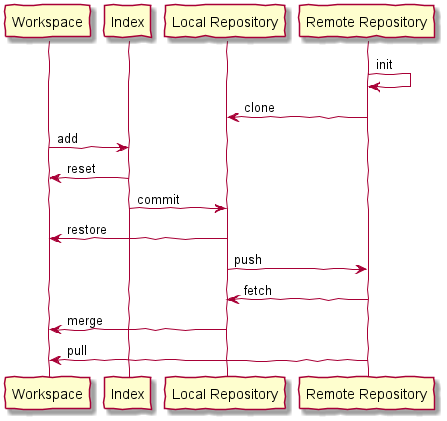
Earlier version of the PlantUML export Assets/images/git_dataflow_diagram.png (braboj/tutorial-git). Source of this version:
```plantuml
@startuml
skinparam lifelineStrategy solid
skinparam handwritten true

participant Workspace
participant Index
participant "Local Repository" as Local
participant "Remote Repository" as Remote

Remote -> Remote    : init
Remote -> Local     : clone
Workspace -> Index  : add
Index -> Workspace  : reset
Index -> Local      : commit
Local -> Workspace  : restore
Local -> Remote     : push
Remote -> Local     : fetch
Local -> Workspace  : merge
Remote -> Workspace : pull

@enduml
```
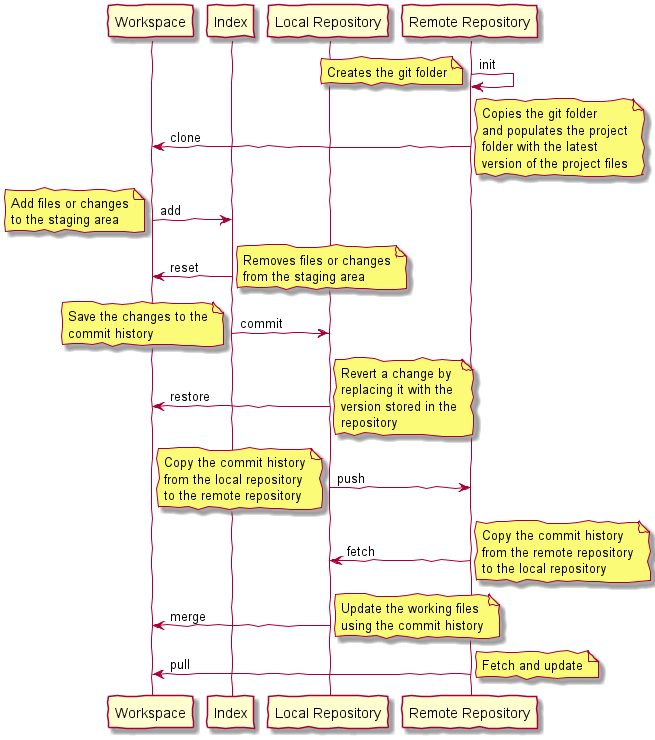
After the commit.

Commit message:
(TUT-GIT) - Git Architecture

The edit, as a diff of the source:
```diff
@@ -8,14 +8,67 @@
 participant "Remote Repository" as Remote
 
 Remote -> Remote    : init
-Remote -> Local     : clone
+note left
+    Creates the git folder
+end note
+
+Remote -> Workspace : clone
+note right
+    Copies the git folder
+    and populates the project
+    folder with the latest
+    version of the project files
+end note
+
 Workspace -> Index  : add
+note left
+    Add files or changes
+    to the staging area
+end note
+
 Index -> Workspace  : reset
+note right
+    Removes files or changes
+    from the staging area
+end note
+
 Index -> Local      : commit
+note left
+    Save the changes to the
+    commit history
+end note
+
 Local -> Workspace  : restore
+note right
+    Revert a change by
+    replacing it with the
+    version stored in the
+    repository
+end note
+
 Local -> Remote     : push
+note left
+    Copy the commit history
+    from the local repository
+    to the remote repository
+end note
+
 Remote -> Local     : fetch
+note right
+    Copy the commit history
+    from the remote repository
+    to the local repository
+end note
+
 Local -> Workspace  : merge
+note right
+    Update the working files
+    using the commit history
+end note
+
 Remote -> Workspace : pull
+note right
+   Fetch and update
+end note
 
 @enduml
```
